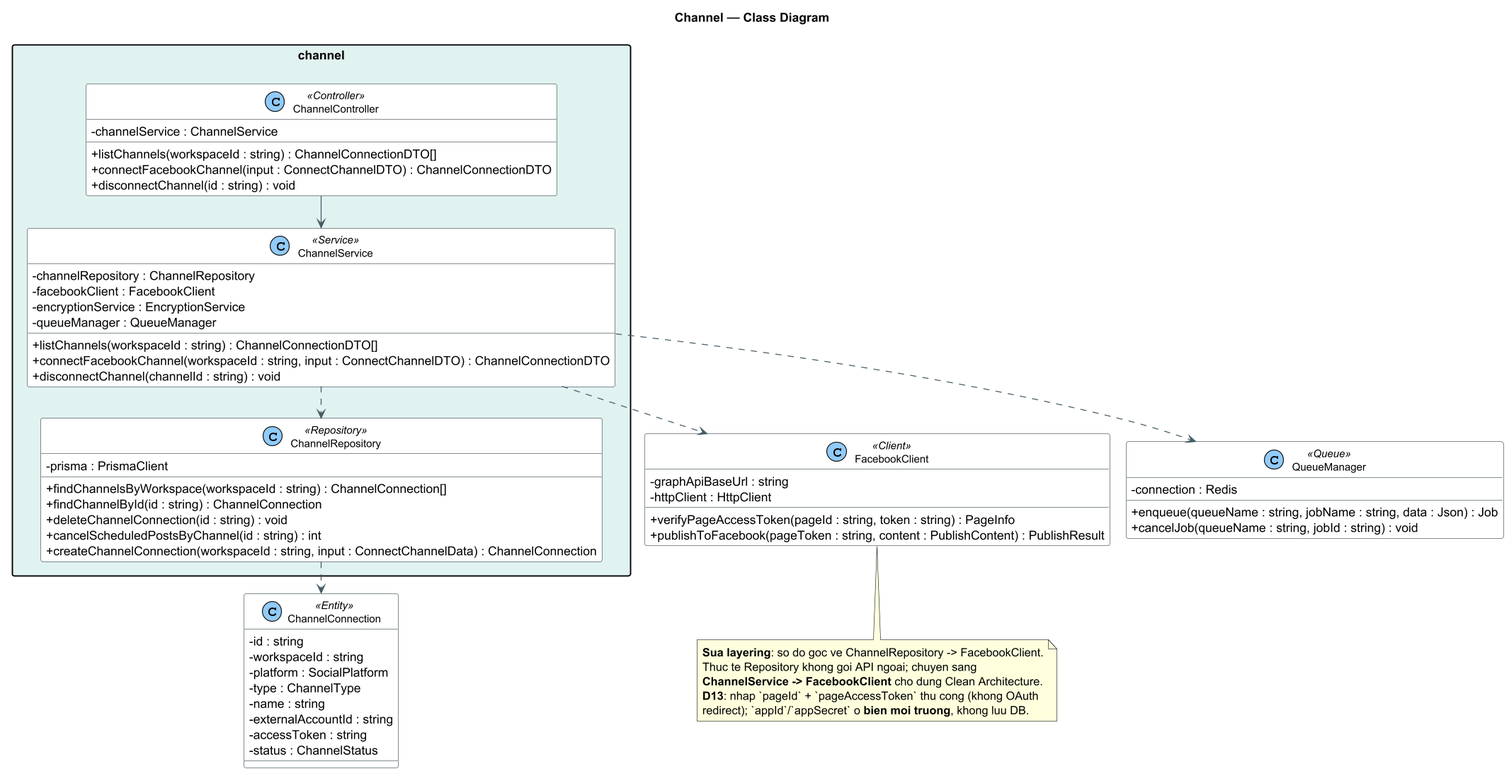
Earlier version of the PlantUML export docs/diagrams/04-channel.png (Pham-Hong-Ky/marka-capstone). Its diagram source:
```plantuml
@startuml 04-channel
!pragma layout smetana
!pragma layout smetana
skinparam dpi 120
skinparam shadowing false
skinparam classAttributeIconSize 0
skinparam packageStyle rectangle
skinparam class {
  BackgroundColor #FFFFFF
  BorderColor #37474F
  ArrowColor #455A64
  FontSize 12
}
skinparam stereotypeCBackgroundColor #90CAF9
title Channel — Class Diagram

package "channel" #E0F2F1 {
  class ChannelController <<Controller>> {
    - channelService : ChannelService
    + listChannels(workspaceId : string) : ChannelConnectionDTO[]
    + connectFacebookChannel(input : ConnectChannelDTO) : ChannelConnectionDTO
    + disconnectChannel(id : string) : void
  }
  class ChannelService <<Service>> {
    - channelRepository : ChannelRepository
    - facebookClient : FacebookClient
    - encryptionService : EncryptionService
    - queueManager : QueueManager
    + listChannels(workspaceId : string) : ChannelConnectionDTO[]
    + connectFacebookChannel(workspaceId : string, input : ConnectChannelDTO) : ChannelConnectionDTO
    + disconnectChannel(channelId : string) : void
  }
  class ChannelRepository <<Repository>> {
    - prisma : PrismaClient
    + findChannelsByWorkspace(workspaceId : string) : ChannelConnection[]
    + findChannelById(id : string) : ChannelConnection
    + deleteChannelConnection(id : string) : void
    + cancelScheduledPostsByChannel(id : string) : int
    + createChannelConnection(workspaceId : string, input : ConnectChannelData) : ChannelConnection
  }
}

class FacebookClient <<Client>> {
  - graphApiBaseUrl : string
  - httpClient : HttpClient
  + verifyPageAccessToken(pageId : string, token : string) : PageInfo
  + publishToFacebook(pageToken : string, content : PublishContent) : PublishResult
}

class ChannelConnection <<Entity>> {
  - id : string
  - workspaceId : string
  - platform : SocialPlatform
  - type : ChannelType
  - name : string
  - externalAccountId : string
  - accessToken : string
  - status : ChannelStatus
}

class QueueManager <<Queue>> {
  - connection : Redis
  + enqueue(queueName : string, jobName : string, data : Json) : Job
  + cancelJob(queueName : string, jobId : string) : void
}

ChannelController --> ChannelService
ChannelService ..> ChannelRepository
ChannelService ..> FacebookClient
ChannelService ..> QueueManager
ChannelRepository ..> ChannelConnection

note bottom of FacebookClient
  **Sua layering**: so do goc ve ChannelRepository -> FacebookClient.
  Thuc te Repository khong goi API ngoai; chuyen sang
  **ChannelService -> FacebookClient** cho dung Clean Architecture.
  **D13**: nhap `pageId` + `pageAccessToken` thu cong (khong OAuth
  redirect); `appId`/`appSecret` o **bien moi truong**, khong luu DB.
end note
@enduml
```
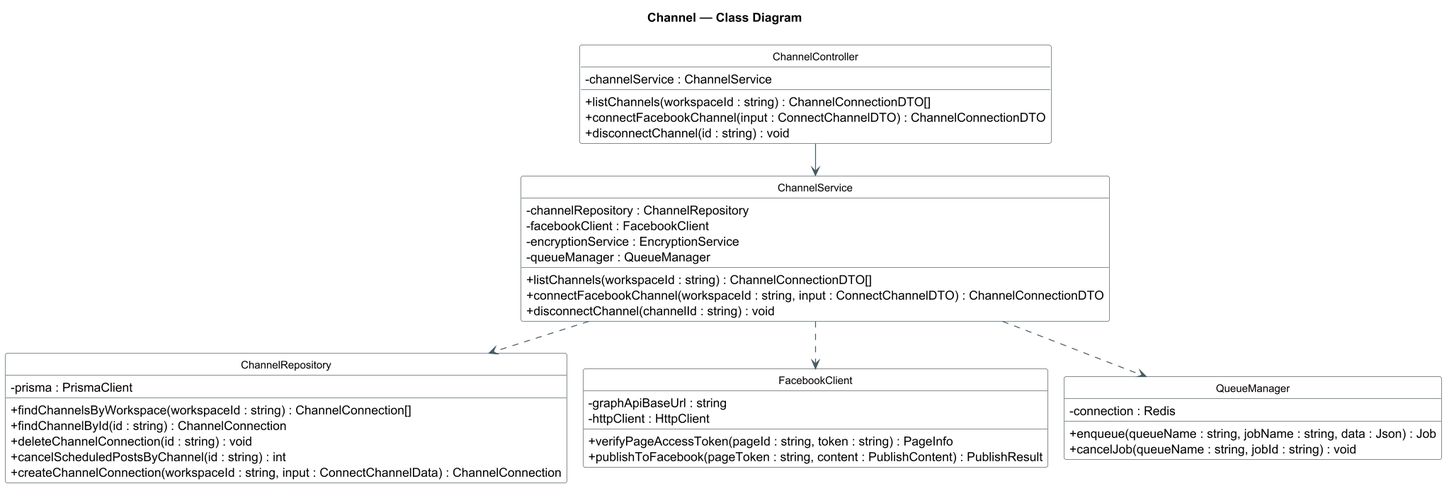
After the change.

The edit, as a diff of the source:
```diff
@@ -11,54 +11,41 @@
   ArrowColor #455A64
   FontSize 12
 }
-skinparam stereotypeCBackgroundColor #90CAF9
+hide circle
 title Channel — Class Diagram
 
-package "channel" #E0F2F1 {
-  class ChannelController <<Controller>> {
-    - channelService : ChannelService
-    + listChannels(workspaceId : string) : ChannelConnectionDTO[]
-    + connectFacebookChannel(input : ConnectChannelDTO) : ChannelConnectionDTO
-    + disconnectChannel(id : string) : void
-  }
-  class ChannelService <<Service>> {
-    - channelRepository : ChannelRepository
-    - facebookClient : FacebookClient
-    - encryptionService : EncryptionService
-    - queueManager : QueueManager
-    + listChannels(workspaceId : string) : ChannelConnectionDTO[]
-    + connectFacebookChannel(workspaceId : string, input : ConnectChannelDTO) : ChannelConnectionDTO
-    + disconnectChannel(channelId : string) : void
-  }
-  class ChannelRepository <<Repository>> {
-    - prisma : PrismaClient
-    + findChannelsByWorkspace(workspaceId : string) : ChannelConnection[]
-    + findChannelById(id : string) : ChannelConnection
-    + deleteChannelConnection(id : string) : void
-    + cancelScheduledPostsByChannel(id : string) : int
-    + createChannelConnection(workspaceId : string, input : ConnectChannelData) : ChannelConnection
-  }
+class ChannelController {
+  - channelService : ChannelService
+  + listChannels(workspaceId : string) : ChannelConnectionDTO[]
+  + connectFacebookChannel(input : ConnectChannelDTO) : ChannelConnectionDTO
+  + disconnectChannel(id : string) : void
+}
+class ChannelService {
+  - channelRepository : ChannelRepository
+  - facebookClient : FacebookClient
+  - encryptionService : EncryptionService
+  - queueManager : QueueManager
+  + listChannels(workspaceId : string) : ChannelConnectionDTO[]
+  + connectFacebookChannel(workspaceId : string, input : ConnectChannelDTO) : ChannelConnectionDTO
+  + disconnectChannel(channelId : string) : void
+}
+class ChannelRepository {
+  - prisma : PrismaClient
+  + findChannelsByWorkspace(workspaceId : string) : ChannelConnection[]
+  + findChannelById(id : string) : ChannelConnection
+  + deleteChannelConnection(id : string) : void
+  + cancelScheduledPostsByChannel(id : string) : int
+  + createChannelConnection(workspaceId : string, input : ConnectChannelData) : ChannelConnection
 }
 
-class FacebookClient <<Client>> {
+class FacebookClient {
   - graphApiBaseUrl : string
   - httpClient : HttpClient
   + verifyPageAccessToken(pageId : string, token : string) : PageInfo
   + publishToFacebook(pageToken : string, content : PublishContent) : PublishResult
 }
 
-class ChannelConnection <<Entity>> {
-  - id : string
-  - workspaceId : string
-  - platform : SocialPlatform
-  - type : ChannelType
-  - name : string
-  - externalAccountId : string
-  - accessToken : string
-  - status : ChannelStatus
-}
-
-class QueueManager <<Queue>> {
+class QueueManager {
   - connection : Redis
   + enqueue(queueName : string, jobName : string, data : Json) : Job
   + cancelJob(queueName : string, jobId : string) : void
@@ -68,13 +55,4 @@
 ChannelService ..> ChannelRepository
 ChannelService ..> FacebookClient
 ChannelService ..> QueueManager
-ChannelRepository ..> ChannelConnection
-
-note bottom of FacebookClient
-  **Sua layering**: so do goc ve ChannelRepository -> FacebookClient.
-  Thuc te Repository khong goi API ngoai; chuyen sang
-  **ChannelService -> FacebookClient** cho dung Clean Architecture.
-  **D13**: nhap `pageId` + `pageAccessToken` thu cong (khong OAuth
-  redirect); `appId`/`appSecret` o **bien moi truong**, khong luu DB.
-end note
 @enduml
```
